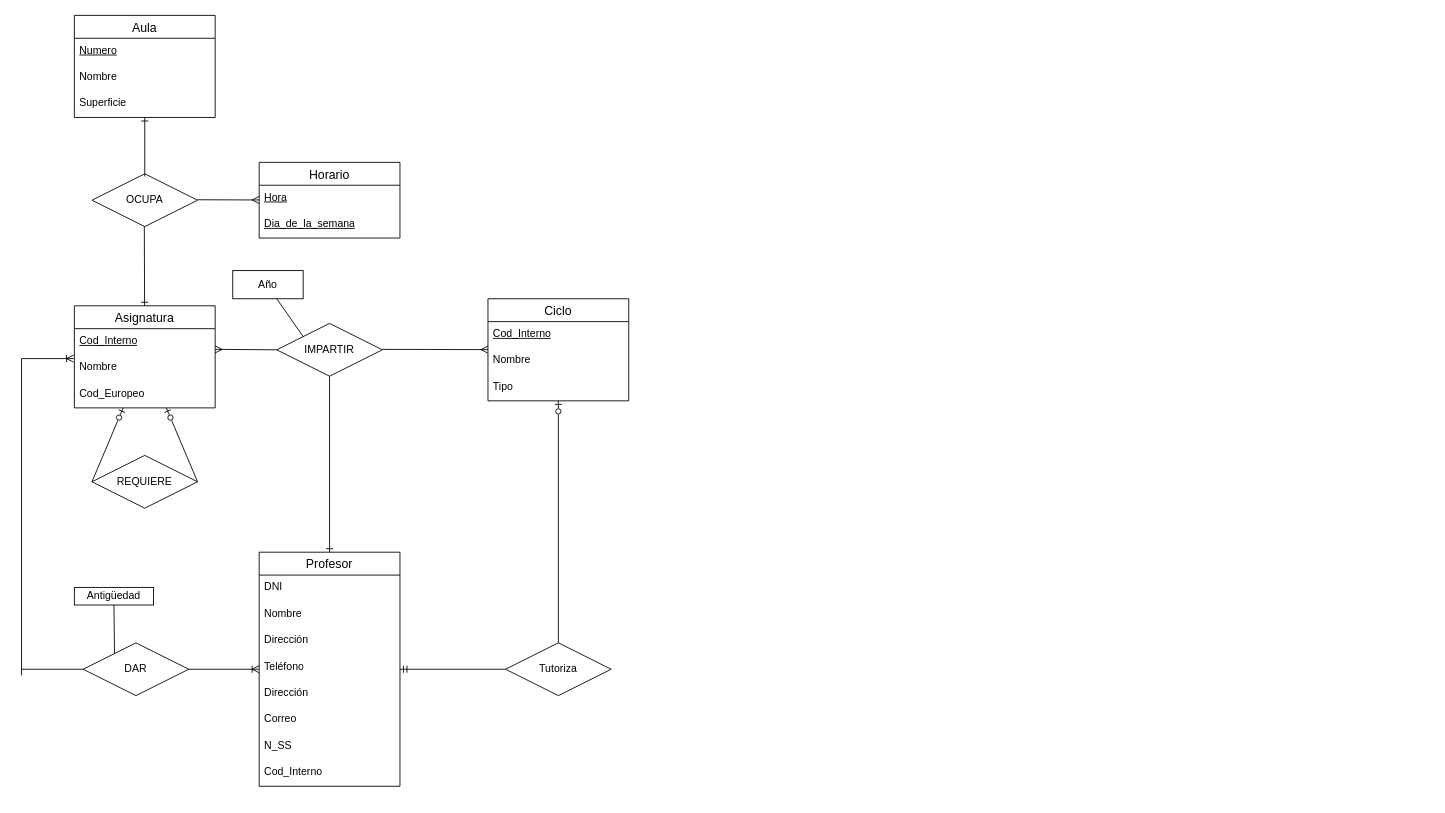
The draw.io diagram TA12Ej17.drawio in AlejandroCara/acr-tsys-modeloER-drawio-1110, before the edit. Source tidied: cells renumbered, new cells numbered last; positions are measured from the earlier drawing's top-left corner, leaving out a move shared by most shapes. Both pictures are drawn from the tidied source at 88%, with x=0, y=0 at pixel (21, 15).
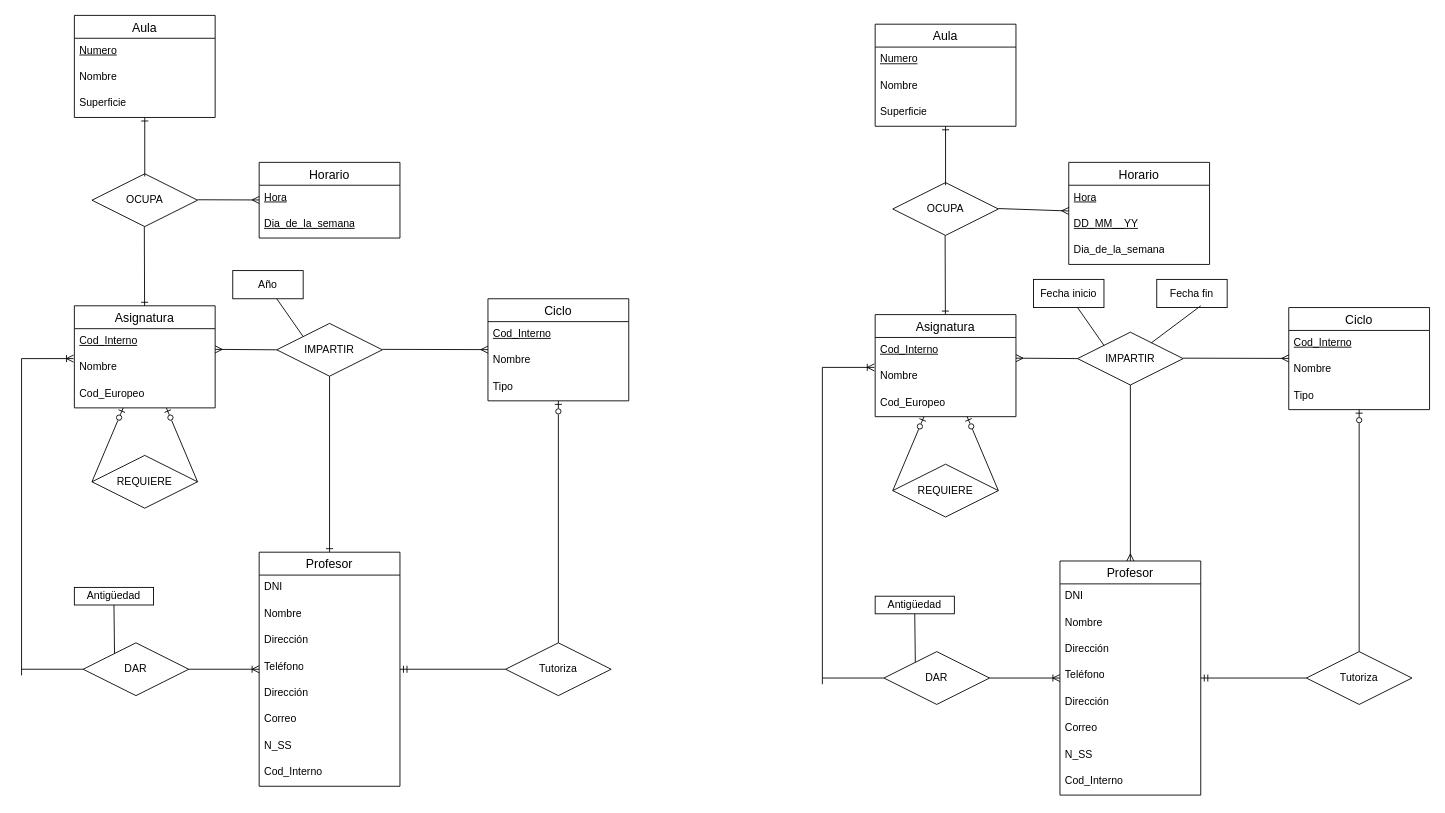
The same page after the edit.

The edit, as a diff of the source:
```diff
@@
+    <mxCell id="49" value="Aula" style="swimlane;fontStyle=0;horizontal=1;startSize=26;align=center;fontSize=14;" parent="1" vertex="1">
+      <mxGeometry x="970" y="10" width="160" height="116" as="geometry" />
+    </mxCell>
+    <mxCell id="50" value="&lt;u&gt;Numero&lt;/u&gt;" style="text;strokeColor=none;fillColor=none;spacingLeft=4;spacingRight=4;overflow=hidden;fontSize=12;whiteSpace=wrap;html=1;" parent="49" vertex="1">
+      <mxGeometry y="26" width="160" height="30" as="geometry" />
+    </mxCell>
+    <mxCell id="51" value="Nombre" style="text;strokeColor=none;fillColor=none;spacingLeft=4;spacingRight=4;overflow=hidden;fontSize=12;whiteSpace=wrap;html=1;" parent="49" vertex="1">
+      <mxGeometry y="56" width="160" height="30" as="geometry" />
+    </mxCell>
+    <mxCell id="52" value="Superficie" style="text;strokeColor=none;fillColor=none;spacingLeft=4;spacingRight=4;overflow=hidden;fontSize=12;whiteSpace=wrap;html=1;" parent="49" vertex="1">
+      <mxGeometry y="86" width="160" height="30" as="geometry" />
+    </mxCell>
+    <mxCell id="53" value="Horario" style="swimlane;fontStyle=0;horizontal=1;startSize=26;align=center;fontSize=14;" parent="1" vertex="1">
+      <mxGeometry x="1190" y="167" width="160" height="116" as="geometry" />
+    </mxCell>
+    <mxCell id="54" value="&lt;u&gt;Hora&lt;/u&gt;" style="text;strokeColor=none;fillColor=none;spacingLeft=4;spacingRight=4;overflow=hidden;fontSize=12;whiteSpace=wrap;html=1;" parent="53" vertex="1">
+      <mxGeometry y="26" width="160" height="30" as="geometry" />
+    </mxCell>
+    <mxCell id="55" value="&lt;u&gt;DD_MM__YY&lt;/u&gt;" style="text;strokeColor=none;fillColor=none;spacingLeft=4;spacingRight=4;overflow=hidden;fontSize=12;whiteSpace=wrap;html=1;" parent="53" vertex="1">
+      <mxGeometry y="56" width="160" height="30" as="geometry" />
+    </mxCell>
+    <mxCell id="56" value="Dia_de_la_semana" style="text;strokeColor=none;fillColor=none;spacingLeft=4;spacingRight=4;overflow=hidden;fontSize=12;whiteSpace=wrap;html=1;" parent="53" vertex="1">
+      <mxGeometry y="86" width="160" height="30" as="geometry" />
+    </mxCell>
+    <mxCell id="57" value="Asignatura" style="swimlane;fontStyle=0;horizontal=1;startSize=26;align=center;fontSize=14;" parent="1" vertex="1">
+      <mxGeometry x="970" y="340" width="160" height="116" as="geometry" />
+    </mxCell>
+    <mxCell id="58" value="&lt;u&gt;Cod_Interno&lt;/u&gt;" style="text;strokeColor=none;fillColor=none;spacingLeft=4;spacingRight=4;overflow=hidden;fontSize=12;whiteSpace=wrap;html=1;" parent="57" vertex="1">
+      <mxGeometry y="26" width="160" height="30" as="geometry" />
+    </mxCell>
+    <mxCell id="59" value="Nombre" style="text;strokeColor=none;fillColor=none;spacingLeft=4;spacingRight=4;overflow=hidden;points=[[0,0.5],[1,0.5]];portConstraint=eastwest;fontSize=12;whiteSpace=wrap;html=1;" parent="57" vertex="1">
+      <mxGeometry y="56" width="160" height="30" as="geometry" />
+    </mxCell>
+    <mxCell id="60" value="Cod_Europeo" style="text;strokeColor=none;fillColor=none;spacingLeft=4;spacingRight=4;overflow=hidden;fontSize=12;whiteSpace=wrap;html=1;" parent="57" vertex="1">
+      <mxGeometry y="86" width="160" height="30" as="geometry" />
+    </mxCell>
+    <mxCell id="61" value="Ciclo" style="swimlane;fontStyle=0;horizontal=1;startSize=26;align=center;fontSize=14;" parent="1" vertex="1">
+      <mxGeometry x="1440" y="332" width="160" height="116" as="geometry" />
+    </mxCell>
+    <mxCell id="62" value="&lt;u&gt;Cod_Interno&lt;/u&gt;" style="text;strokeColor=none;fillColor=none;spacingLeft=4;spacingRight=4;overflow=hidden;fontSize=12;whiteSpace=wrap;html=1;" parent="61" vertex="1">
+      <mxGeometry y="26" width="160" height="30" as="geometry" />
+    </mxCell>
+    <mxCell id="63" value="Nombre" style="text;strokeColor=none;fillColor=none;spacingLeft=4;spacingRight=4;overflow=hidden;fontSize=12;whiteSpace=wrap;html=1;" parent="61" vertex="1">
+      <mxGeometry y="56" width="160" height="30" as="geometry" />
+    </mxCell>
+    <mxCell id="64" value="Tipo" style="text;strokeColor=none;fillColor=none;spacingLeft=4;spacingRight=4;overflow=hidden;fontSize=12;whiteSpace=wrap;html=1;" parent="61" vertex="1">
+      <mxGeometry y="86" width="160" height="30" as="geometry" />
+    </mxCell>
+    <mxCell id="65" value="OCUPA" style="shape=rhombus;perimeter=rhombusPerimeter;whiteSpace=wrap;html=1;align=center;" parent="1" vertex="1">
+      <mxGeometry x="990" y="190" width="120" height="60" as="geometry" />
+    </mxCell>
+    <mxCell id="66" value="REQUIERE" style="shape=rhombus;perimeter=rhombusPerimeter;whiteSpace=wrap;html=1;align=center;" parent="1" vertex="1">
+      <mxGeometry x="990" y="510" width="120" height="60" as="geometry" />
+    </mxCell>
+    <mxCell id="67" value="IMPARTIR" style="shape=rhombus;perimeter=rhombusPerimeter;whiteSpace=wrap;html=1;align=center;" parent="1" vertex="1">
+      <mxGeometry x="1200" y="360" width="120" height="60" as="geometry" />
+    </mxCell>
+    <mxCell id="68" style="endArrow=ERone;html=1;rounded=0;startArrow=none;startFill=0;endFill=0;" parent="1" edge="1" target="49">
+      <mxGeometry relative="1" as="geometry">
+        <mxPoint x="1050" y="193" as="sourcePoint" />
+      </mxGeometry>
+    </mxCell>
+    <mxCell id="69" style="endArrow=none;html=1;rounded=0;startArrow=ERone;startFill=0;" parent="1" edge="1" source="57">
+      <mxGeometry relative="1" as="geometry">
+        <mxPoint x="1049.5" y="250" as="targetPoint" />
+      </mxGeometry>
+    </mxCell>
+    <mxCell id="70" style="endArrow=ERzeroToOne;html=1;rounded=0;exitX=0;exitY=0.5;exitDx=0;exitDy=0;endFill=0;" parent="1" edge="1" source="66" target="57">
+      <mxGeometry relative="1" as="geometry" />
+    </mxCell>
+    <mxCell id="71" style="endArrow=ERzeroToOne;html=1;rounded=0;endFill=0;" parent="1" edge="1" target="57">
+      <mxGeometry relative="1" as="geometry">
+        <mxPoint x="1110" y="540" as="sourcePoint" />
+      </mxGeometry>
+    </mxCell>
+    <mxCell id="72" style="endArrow=none;html=1;rounded=0;entryX=0;entryY=0.5;entryDx=0;entryDy=0;startArrow=ERmany;startFill=0;" parent="1" edge="1" target="67">
+      <mxGeometry relative="1" as="geometry">
+        <mxPoint x="1130" y="389.5" as="sourcePoint" />
+      </mxGeometry>
+    </mxCell>
+    <mxCell id="73" style="endArrow=ERmany;html=1;rounded=0;exitX=0;exitY=0.5;exitDx=0;exitDy=0;endFill=0;" parent="1" edge="1" target="61">
+      <mxGeometry relative="1" as="geometry">
+        <mxPoint x="1320" y="389.5" as="sourcePoint" />
+      </mxGeometry>
+    </mxCell>
+    <mxCell id="74" style="endArrow=ERmany;html=1;rounded=0;exitX=0;exitY=0.5;exitDx=0;exitDy=0;endFill=0;" parent="1" edge="1" target="53">
+      <mxGeometry relative="1" as="geometry">
+        <mxPoint x="1110" y="219.5" as="sourcePoint" />
+      </mxGeometry>
+    </mxCell>
+    <mxCell id="75" value="Profesor" style="swimlane;fontStyle=0;horizontal=1;startSize=26;align=center;fontSize=14;" parent="1" vertex="1">
+      <mxGeometry x="1180" y="620" width="160" height="266" as="geometry" />
+    </mxCell>
+    <mxCell id="76" value="DNI" style="text;strokeColor=none;fillColor=none;spacingLeft=4;spacingRight=4;overflow=hidden;fontSize=12;whiteSpace=wrap;html=1;" parent="75" vertex="1">
+      <mxGeometry y="26" width="160" height="30" as="geometry" />
+    </mxCell>
+    <mxCell id="77" value="Nombre" style="text;strokeColor=none;fillColor=none;spacingLeft=4;spacingRight=4;overflow=hidden;fontSize=12;whiteSpace=wrap;html=1;" parent="75" vertex="1">
+      <mxGeometry y="56" width="160" height="30" as="geometry" />
+    </mxCell>
+    <mxCell id="78" value="&lt;div&gt;Dirección&lt;/div&gt;&lt;div&gt;&lt;br&gt;&lt;/div&gt;" style="text;strokeColor=none;fillColor=none;spacingLeft=4;spacingRight=4;overflow=hidden;fontSize=12;whiteSpace=wrap;html=1;" parent="75" vertex="1">
+      <mxGeometry y="86" width="160" height="30" as="geometry" />
+    </mxCell>
+    <mxCell id="79" value="Teléfono" style="text;strokeColor=none;fillColor=none;spacingLeft=4;spacingRight=4;overflow=hidden;fontSize=12;whiteSpace=wrap;html=1;" parent="75" vertex="1">
+      <mxGeometry y="116" width="160" height="30" as="geometry" />
+    </mxCell>
+    <mxCell id="80" value="&lt;div&gt;Dirección&lt;/div&gt;&lt;div&gt;&lt;br&gt;&lt;/div&gt;" style="text;strokeColor=none;fillColor=none;spacingLeft=4;spacingRight=4;overflow=hidden;fontSize=12;whiteSpace=wrap;html=1;" parent="75" vertex="1">
+      <mxGeometry y="146" width="160" height="30" as="geometry" />
+    </mxCell>
+    <mxCell id="81" value="Correo" style="text;strokeColor=none;fillColor=none;spacingLeft=4;spacingRight=4;overflow=hidden;fontSize=12;whiteSpace=wrap;html=1;" parent="75" vertex="1">
+      <mxGeometry y="176" width="160" height="30" as="geometry" />
+    </mxCell>
+    <mxCell id="82" value="N_SS" style="text;strokeColor=none;fillColor=none;spacingLeft=4;spacingRight=4;overflow=hidden;fontSize=12;whiteSpace=wrap;html=1;" parent="75" vertex="1">
+      <mxGeometry y="206" width="160" height="30" as="geometry" />
+    </mxCell>
+    <mxCell id="83" value="Cod_Interno" style="text;strokeColor=none;fillColor=none;spacingLeft=4;spacingRight=4;overflow=hidden;fontSize=12;whiteSpace=wrap;html=1;" parent="75" vertex="1">
+      <mxGeometry y="236" width="160" height="30" as="geometry" />
+    </mxCell>
+    <mxCell id="84" style="endArrow=none;html=1;rounded=0;startArrow=ERmany;startFill=0;" parent="1" edge="1" source="75">
+      <mxGeometry relative="1" as="geometry">
+        <mxPoint x="1260" y="420" as="targetPoint" />
+      </mxGeometry>
+    </mxCell>
+    <mxCell id="85" value="&lt;div&gt;Fecha inicio&lt;br&gt;&lt;/div&gt;" style="whiteSpace=wrap;html=1;align=center;" parent="1" vertex="1">
+      <mxGeometry x="1150" y="300" width="80" height="32" as="geometry" />
+    </mxCell>
+    <mxCell id="86" style="endArrow=none;html=1;rounded=0;exitX=0;exitY=0;exitDx=0;exitDy=0;" parent="1" edge="1" source="67">
+      <mxGeometry relative="1" as="geometry">
+        <mxPoint x="1200" y="332" as="targetPoint" />
+      </mxGeometry>
+    </mxCell>
+    <mxCell id="87" value="DAR" style="shape=rhombus;perimeter=rhombusPerimeter;whiteSpace=wrap;html=1;align=center;" parent="1" vertex="1">
+      <mxGeometry x="980" y="723" width="120" height="60" as="geometry" />
+    </mxCell>
+    <mxCell id="88" style="endArrow=none;html=1;rounded=0;entryX=1;entryY=0.5;entryDx=0;entryDy=0;startArrow=ERoneToMany;startFill=0;" parent="1" edge="1" source="75" target="87">
+      <mxGeometry relative="1" as="geometry" />
+    </mxCell>
+    <mxCell id="89" style="endArrow=none;html=1;rounded=0;" parent="1" edge="1">
+      <mxGeometry relative="1" as="geometry">
+        <mxPoint x="910" y="760" as="sourcePoint" />
+        <mxPoint x="910" y="400" as="targetPoint" />
+      </mxGeometry>
+    </mxCell>
+    <mxCell id="90" style="endArrow=none;html=1;rounded=0;exitX=-0.006;exitY=0.133;exitDx=0;exitDy=0;exitPerimeter=0;startArrow=ERoneToMany;startFill=0;" parent="1" edge="1" source="59">
+      <mxGeometry relative="1" as="geometry">
+        <mxPoint x="910" y="400" as="targetPoint" />
+      </mxGeometry>
+    </mxCell>
+    <mxCell id="91" style="endArrow=none;html=1;rounded=0;exitX=0;exitY=0.5;exitDx=0;exitDy=0;" parent="1" edge="1" source="87">
+      <mxGeometry relative="1" as="geometry">
+        <mxPoint x="910" y="753" as="targetPoint" />
+      </mxGeometry>
+    </mxCell>
+    <mxCell id="92" value="&lt;div&gt;Tutoriza&lt;/div&gt;" style="shape=rhombus;perimeter=rhombusPerimeter;whiteSpace=wrap;html=1;align=center;" parent="1" vertex="1">
+      <mxGeometry x="1460" y="723" width="120" height="60" as="geometry" />
+    </mxCell>
+    <mxCell id="93" style="endArrow=ERmandOne;html=1;rounded=0;endFill=0;" parent="1" edge="1" target="75">
+      <mxGeometry relative="1" as="geometry">
+        <mxPoint x="1460" y="753" as="sourcePoint" />
+      </mxGeometry>
+    </mxCell>
+    <mxCell id="94" style="endArrow=none;html=1;rounded=0;startArrow=ERzeroToOne;startFill=0;" parent="1" edge="1" source="61" target="92">
+      <mxGeometry relative="1" as="geometry" />
+    </mxCell>
+    <mxCell id="95" value="Antigüedad" style="whiteSpace=wrap;html=1;align=center;" parent="1" vertex="1">
+      <mxGeometry x="970" y="660" width="90" height="20" as="geometry" />
+    </mxCell>
+    <mxCell id="96" style="endArrow=none;html=1;rounded=0;entryX=0.5;entryY=1;entryDx=0;entryDy=0;exitX=0.297;exitY=0.2;exitDx=0;exitDy=0;exitPerimeter=0;" parent="1" edge="1" source="87" target="95">
+      <mxGeometry relative="1" as="geometry" />
+    </mxCell>
+    <mxCell id="97" value="&lt;div&gt;Fecha fin&lt;br&gt;&lt;/div&gt;" style="whiteSpace=wrap;html=1;align=center;" parent="1" vertex="1">
+      <mxGeometry x="1290" y="300" width="80" height="32" as="geometry" />
+    </mxCell>
+    <mxCell id="98" style="endArrow=none;html=1;rounded=0;" parent="1" edge="1" source="67">
+      <mxGeometry relative="1" as="geometry">
+        <mxPoint x="1340" y="330" as="targetPoint" />
+      </mxGeometry>
+    </mxCell>
```
